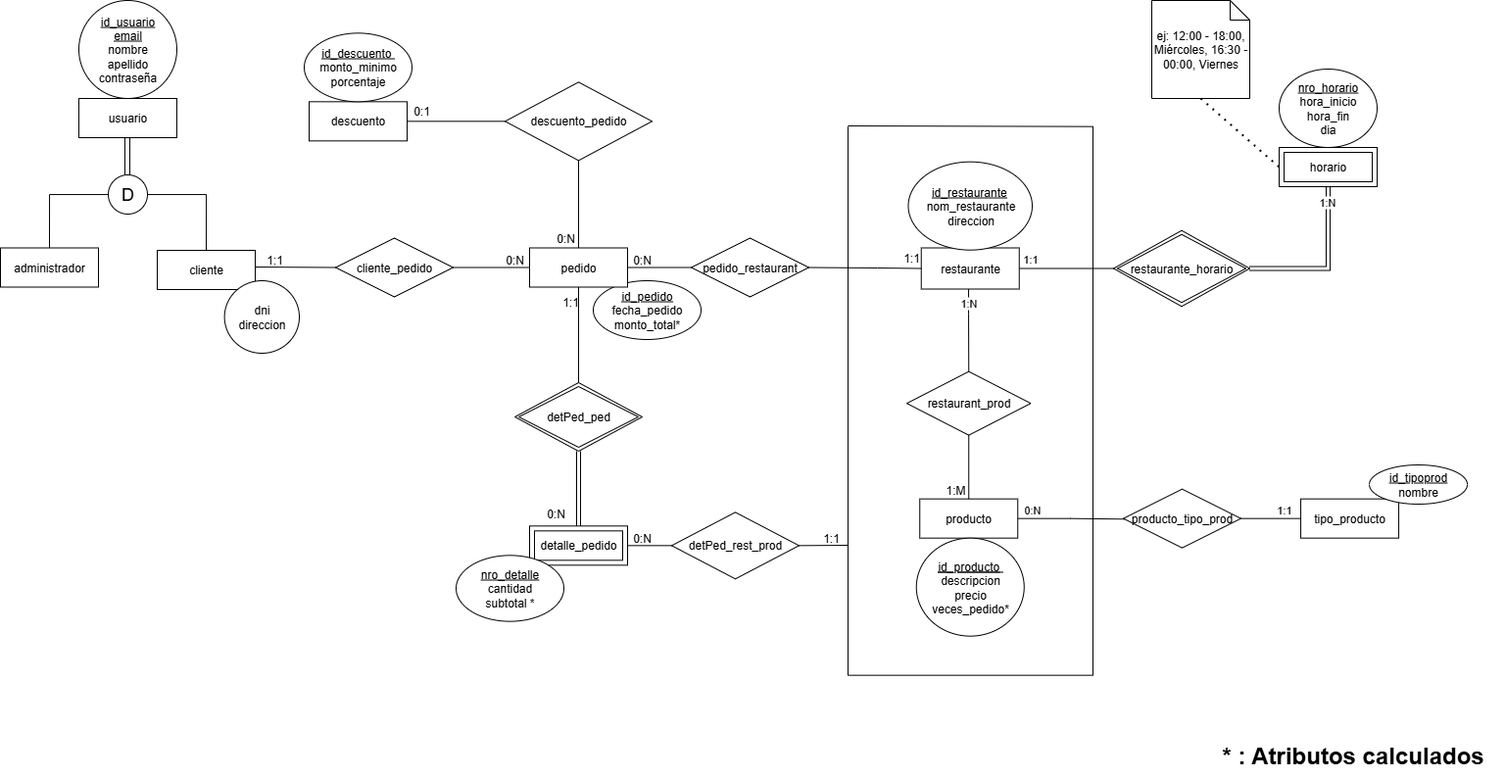
Before: docs/img/der.png, a diagram exported from draw.io (elfili05/TP-Java-Delivery). Source tidied: cells renumbered, new cells last; positions are measured from the earlier drawing's top-left corner, leaving out a move shared by most shapes.
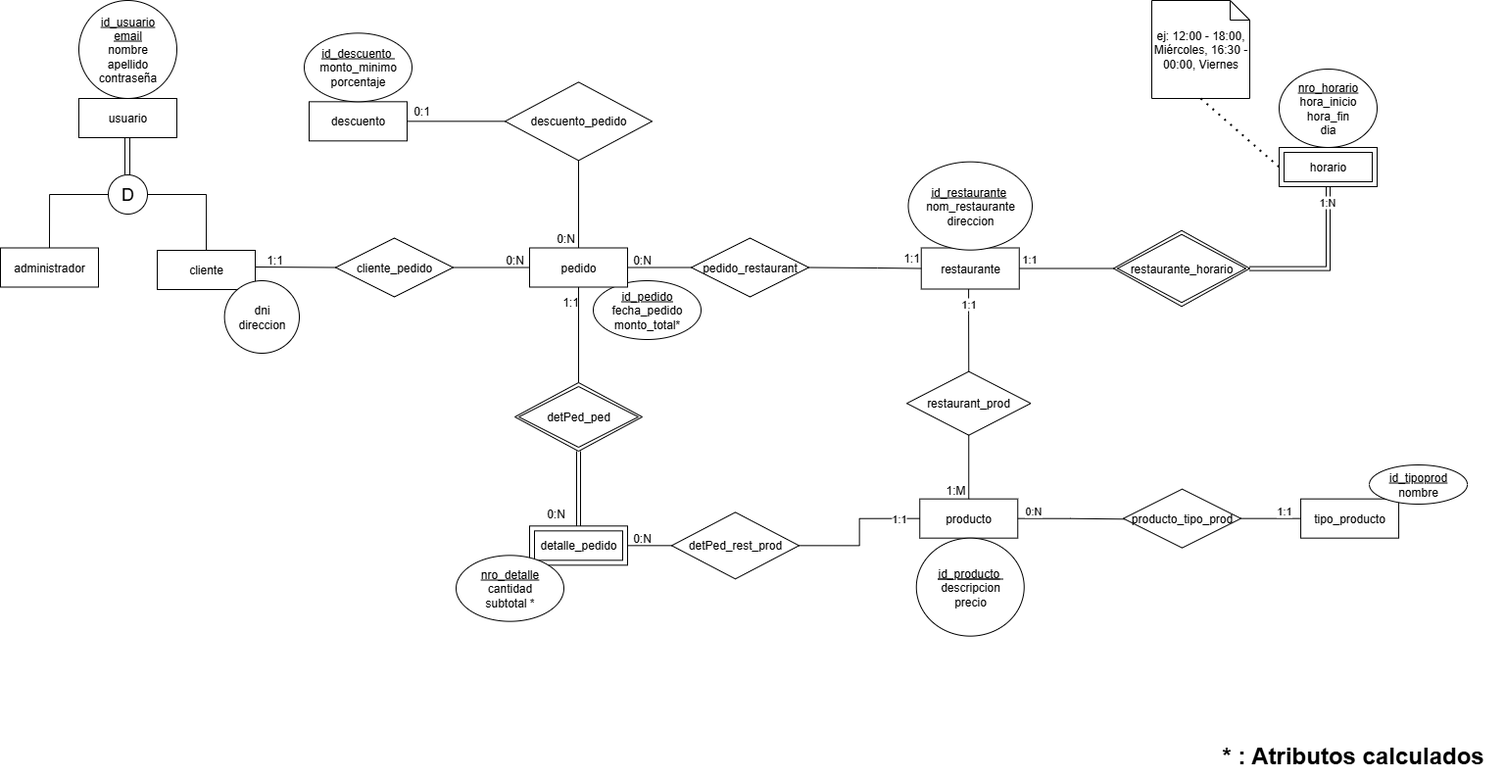
The same file after the commit.

Commit message:
update der.png to match real system implementations

Diff of the diagram source:
```diff
@@ -24,7 +24,7 @@
         </Array>
       </mxGeometry>
     </mxCell>
-    <mxCell id="7" value="1:N" style="edgeLabel;html=1;align=center;verticalAlign=middle;" parent="6" vertex="1">
+    <mxCell id="7" value="1:1" style="edgeLabel;html=1;align=center;verticalAlign=middle;" parent="6" vertex="1">
       <mxGeometry x="-0.67" y="-1" relative="1" as="geometry" />
     </mxCell>
     <mxCell id="8" value="restaurante" style="whiteSpace=wrap;html=1;align=center;" parent="1" vertex="1">
@@ -53,7 +53,7 @@
     <mxCell id="15" value="producto" style="whiteSpace=wrap;html=1;align=center;" parent="1" vertex="1">
       <mxGeometry x="938.2" y="508.7" width="100" height="40" as="geometry" />
     </mxCell>
-    <mxCell id="16" value="&lt;div&gt;&lt;u&gt;&lt;br&gt;&lt;/u&gt;&lt;/div&gt;&lt;u&gt;&lt;div&gt;&lt;u style=&quot;background-color: transparent; color: light-dark(rgb(0, 0, 0), rgb(255, 255, 255));&quot;&gt;id_producto&lt;/u&gt;&lt;span style=&quot;background-color: transparent; color: light-dark(rgb(0, 0, 0), rgb(255, 255, 255));&quot;&gt;&amp;nbsp;&lt;/span&gt;&lt;/div&gt;&lt;/u&gt;&lt;div&gt;descripcion&lt;/div&gt;&lt;div&gt;precio&lt;/div&gt;&lt;div&gt;veces_pedido*&lt;/div&gt;&lt;div&gt;&lt;br&gt;&lt;/div&gt;" style="ellipse;whiteSpace=wrap;html=1;align=center;" parent="1" vertex="1">
+    <mxCell id="16" value="&lt;div&gt;&lt;u&gt;&lt;br&gt;&lt;/u&gt;&lt;/div&gt;&lt;u&gt;&lt;div&gt;&lt;u style=&quot;background-color: transparent; color: light-dark(rgb(0, 0, 0), rgb(255, 255, 255));&quot;&gt;id_producto&lt;/u&gt;&lt;span style=&quot;background-color: transparent; color: light-dark(rgb(0, 0, 0), rgb(255, 255, 255));&quot;&gt;&amp;nbsp;&lt;/span&gt;&lt;/div&gt;&lt;/u&gt;&lt;div&gt;descripcion&lt;/div&gt;&lt;div&gt;precio&lt;/div&gt;&lt;div&gt;&lt;br&gt;&lt;/div&gt;" style="ellipse;whiteSpace=wrap;html=1;align=center;" parent="1" vertex="1">
       <mxGeometry x="934.8" y="548.7" width="110" height="100" as="geometry" />
     </mxCell>
     <mxCell id="17" value="tipo_producto" style="whiteSpace=wrap;html=1;align=center;" parent="1" vertex="1">
@@ -118,30 +118,6 @@
     <mxCell id="35" style="endArrow=none;html=1;rounded=0;exitX=0.5;exitY=0;exitDx=0;exitDy=0;entryX=0.5;entryY=1;entryDx=0;entryDy=0;" parent="1" edge="1" source="15" target="34">
       <mxGeometry relative="1" as="geometry" />
     </mxCell>
-    <mxCell id="36" style="endArrow=none;html=1;rounded=0;" parent="1" edge="1">
-      <mxGeometry relative="1" as="geometry">
-        <mxPoint x="865" y="128.7" as="sourcePoint" />
-        <mxPoint x="865" y="688.7" as="targetPoint" />
-      </mxGeometry>
-    </mxCell>
-    <mxCell id="37" style="endArrow=none;html=1;rounded=0;" parent="1" edge="1">
-      <mxGeometry relative="1" as="geometry">
-        <mxPoint x="865" y="128" as="sourcePoint" />
-        <mxPoint x="1115" y="128.7" as="targetPoint" />
-      </mxGeometry>
-    </mxCell>
-    <mxCell id="38" style="endArrow=none;html=1;rounded=0;" parent="1" edge="1">
-      <mxGeometry relative="1" as="geometry">
-        <mxPoint x="1115" y="128.7" as="sourcePoint" />
-        <mxPoint x="1115" y="688.7" as="targetPoint" />
-      </mxGeometry>
-    </mxCell>
-    <mxCell id="39" style="endArrow=none;html=1;rounded=0;" parent="1" edge="1">
-      <mxGeometry relative="1" as="geometry">
-        <mxPoint x="865" y="688.7" as="sourcePoint" />
-        <mxPoint x="1115" y="688.7" as="targetPoint" />
-      </mxGeometry>
-    </mxCell>
     <mxCell id="40" value="detalle_pedido" style="shape=ext;margin=3;double=1;whiteSpace=wrap;html=1;align=center;" parent="1" vertex="1">
       <mxGeometry x="540" y="536.3" width="100" height="40" as="geometry" />
     </mxCell>
@@ -173,12 +149,6 @@
     <mxCell id="48" style="endArrow=none;html=1;rounded=0;exitX=1;exitY=0.5;exitDx=0;exitDy=0;entryX=0;entryY=0.5;entryDx=0;entryDy=0;" parent="1" edge="1" source="40" target="47">
       <mxGeometry relative="1" as="geometry" />
     </mxCell>
-    <mxCell id="49" style="endArrow=none;html=1;rounded=0;exitX=1;exitY=0.5;exitDx=0;exitDy=0;" parent="1" edge="1">
-      <mxGeometry relative="1" as="geometry">
-        <mxPoint x="865" y="549" as="sourcePoint" />
-        <mxPoint x="865" y="557" as="targetPoint" />
-      </mxGeometry>
-    </mxCell>
     <mxCell id="50" value="cliente_pedido" style="shape=rhombus;perimeter=rhombusPerimeter;whiteSpace=wrap;html=1;align=center;" parent="1" vertex="1">
       <mxGeometry x="342" y="242.5" width="120" height="60" as="geometry" />
     </mxCell>
@@ -230,13 +200,11 @@
     <mxCell id="66" style="endArrow=none;html=1;rounded=0;exitX=1;exitY=0.5;exitDx=0;exitDy=0;entryX=1;entryY=0.5;entryDx=0;entryDy=0;" parent="1" edge="1" source="47" target="47">
       <mxGeometry relative="1" as="geometry" />
     </mxCell>
-    <mxCell id="67" style="endArrow=none;html=1;rounded=0;exitX=1;exitY=0.5;exitDx=0;exitDy=0;" parent="1" edge="1" source="47">
-      <mxGeometry relative="1" as="geometry">
-        <mxPoint x="865" y="556" as="targetPoint" />
-      </mxGeometry>
+    <mxCell id="67" style="endArrow=none;html=1;rounded=0;exitX=1;exitY=0.5;exitDx=0;exitDy=0;entryX=0;entryY=0.5;entryDx=0;entryDy=0;edgeStyle=orthogonalEdgeStyle;" parent="1" edge="1" source="47" target="15">
+      <mxGeometry relative="1" as="geometry" />
     </mxCell>
-    <mxCell id="68" value="1:1" style="text;html=1;whiteSpace=wrap;strokeColor=none;fillColor=none;align=center;verticalAlign=middle;rounded=0;" parent="1" vertex="1">
-      <mxGeometry x="818" y="534" width="60" height="30" as="geometry" />
+    <mxCell id="68" value="1:1" style="edgeLabel;html=1;align=center;verticalAlign=middle;" parent="67" vertex="1">
+      <mxGeometry x="0.72" y="1" relative="1" as="geometry" />
     </mxCell>
     <mxCell id="69" style="edgeStyle=orthogonalEdgeStyle;rounded=0;orthogonalLoop=1;jettySize=auto;html=1;endArrow=none;endFill=0;" parent="1" edge="1">
       <mxGeometry relative="1" as="geometry">
```
